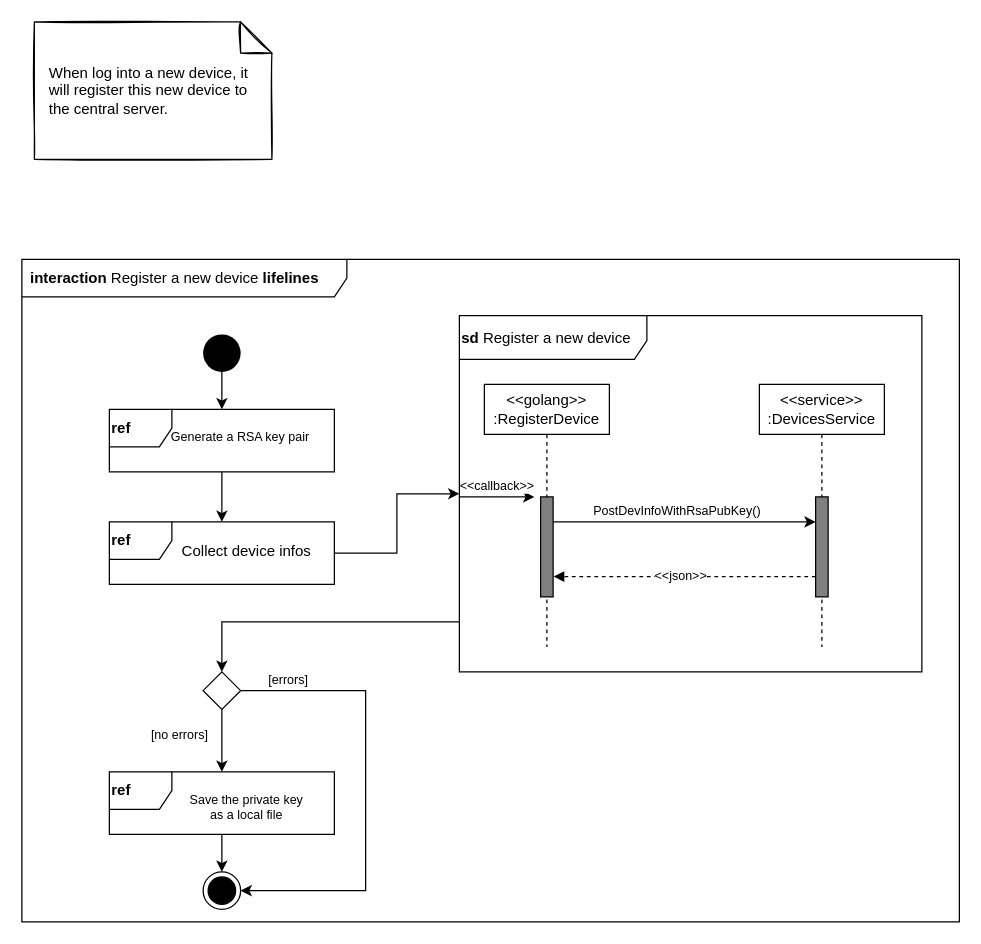
The draw.io diagram page "New Device" (1 of 3) of docs/diagrams/authentication/sequences.drawio in data-ratel/ratel-realm-drive, before the edit. Source tidied: cells renumbered, new cells numbered last; positions are measured from the earlier drawing's top-left corner, leaving out a move shared by most shapes. Both pictures are drawn from the tidied source at 125%, with x=0, y=0 at pixel (21, 21).
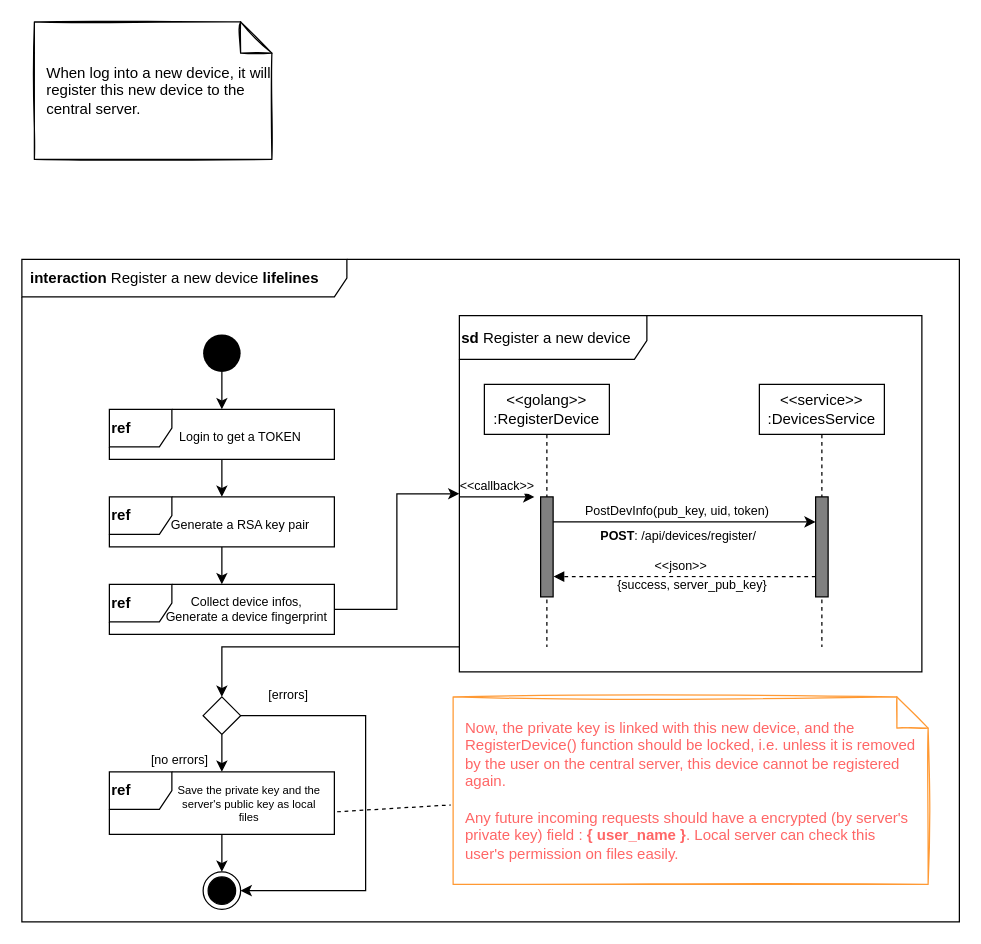
The same diagram, later.

Commit message:
update: auth sequences diagram

Unchanged cells that the change refers to:
```xml
<mxCell id="4" value="&lt;b&gt;sd&lt;/b&gt;&amp;nbsp;Register a new device" style="shape=umlFrame;tabPosition=left;html=1;boundedLbl=1;labelInHeader=1;width=150;height=35;shadow=0;sketch=0;align=left;" parent="1" vertex="1">
  <mxGeometry x="350" y="235" width="370" height="285" as="geometry" />
</mxCell>
<mxCell id="9" style="ellipse;fillColor=#000000;strokeColor=none;shadow=0;sketch=0;align=left;" parent="1" vertex="1">
  <mxGeometry x="145" y="250" width="30" height="30" as="geometry" />
</mxCell>
<mxCell id="13" style="ellipse;html=1;shape=endState;fillColor=#000000;strokeColor=#000000;shadow=0;sketch=0;align=left;" parent="1" vertex="1">
  <mxGeometry x="145" y="680" width="30" height="30" as="geometry" />
</mxCell>
<mxCell id="21" style="edgeStyle=orthogonalEdgeStyle;rounded=0;sketch=0;jettySize=auto;html=1;endArrow=classic;endFill=1;strokeColor=#000000;fontSize=10;entryX=0;entryY=0.25;entryDx=0;entryDy=0;entryPerimeter=0;" parent="1" edge="1" source="7" target="18">
  <mxGeometry relative="1" as="geometry">
    <Array as="points">
      <mxPoint x="480" y="400" />
      <mxPoint x="480" y="400" />
    </Array>
  </mxGeometry>
</mxCell>
<mxCell id="23" style="html=1;verticalAlign=bottom;labelBackgroundColor=none;endArrow=block;endFill=1;dashed=1;strokeColor=#000000;fontSize=10;entryX=1.033;entryY=0.797;entryDx=0;entryDy=0;entryPerimeter=0;" parent="1" edge="1" source="18" target="7">
  <mxGeometry relative="1" as="geometry" />
</mxCell>
<mxCell id="26" value="&lt;b&gt;ref&lt;/b&gt;" style="shape=umlFrame;tabPosition=left;html=1;boundedLbl=1;labelInHeader=1;width=50;height=30;shadow=0;sketch=0;align=left;" parent="1" vertex="1">
  <mxGeometry x="70" y="600" width="180" height="50" as="geometry" />
</mxCell>
```

The edit, as a diff of the source:
```diff
@@
     <mxCell id="3" style="edgeStyle=orthogonalEdgeStyle;rounded=0;sketch=0;jettySize=auto;html=1;endArrow=classic;endFill=1;strokeColor=#000000;fontSize=10;entryX=0.5;entryY=0;entryDx=0;entryDy=0;" parent="1" edge="1" source="4" target="32">
       <mxGeometry relative="1" as="geometry">
         <Array as="points">
-          <mxPoint x="160" y="480" />
+          <mxPoint x="160" y="500" />
         </Array>
       </mxGeometry>
     </mxCell>
@@
-    <mxCell id="5" value="When log into a new device, it will register this new device to the central server." style="shape=note2;boundedLbl=1;whiteSpace=wrap;html=1;size=25;verticalAlign=middle;align=left;shadow=0;sketch=1;spacingLeft=10;spacing=2;spacingTop=0;" parent="1" vertex="1">
+    <mxCell id="5" value="When log into a new device, it will register this new device to the central server." style="shape=note2;boundedLbl=1;whiteSpace=wrap;html=1;size=25;verticalAlign=middle;align=left;shadow=0;sketch=1;spacingLeft=10;spacing=0;spacingTop=0;" parent="1" vertex="1">
       <mxGeometry x="10" width="190" height="110" as="geometry" />
     </mxCell>
@@
-    <mxCell id="8" style="edgeStyle=orthogonalEdgeStyle;rounded=0;sketch=0;jettySize=auto;html=1;endArrow=classic;endFill=1;strokeColor=#000000;" parent="1" edge="1" source="9" target="15">
+    <mxCell id="8" style="edgeStyle=orthogonalEdgeStyle;rounded=0;sketch=0;jettySize=auto;html=1;endArrow=classic;endFill=1;strokeColor=#000000;" parent="1" edge="1" source="9" target="38">
       <mxGeometry relative="1" as="geometry" />
     </mxCell>
@@
     <mxCell id="11" value="&lt;b&gt;ref&lt;/b&gt;" style="shape=umlFrame;tabPosition=left;html=1;boundedLbl=1;labelInHeader=1;width=50;height=30;shadow=0;sketch=0;align=left;" parent="1" vertex="1">
-      <mxGeometry x="70" y="400" width="180" height="50" as="geometry" />
+      <mxGeometry x="70" y="450" width="180" height="40" as="geometry" />
     </mxCell>
-    <mxCell id="12" value="Collect device infos" style="text;align=center;" parent="11" vertex="1">
-      <mxGeometry width="100" height="30" relative="1" as="geometry">
-        <mxPoint x="60" y="10" as="offset" />
+    <mxCell id="12" value="Collect device infos,&#10;Generate a device fingerprint" style="text;align=center;fontSize=10;" parent="11" vertex="1">
+      <mxGeometry width="120" height="30" relative="1" as="geometry">
+        <mxPoint x="50" y="2" as="offset" />
       </mxGeometry>
     </mxCell>
@@
     <mxCell id="15" value="&lt;b&gt;ref&lt;/b&gt;" style="shape=umlFrame;tabPosition=left;html=1;boundedLbl=1;labelInHeader=1;width=50;height=30;shadow=0;sketch=0;align=left;" parent="1" vertex="1">
-      <mxGeometry x="70" y="310" width="180" height="50" as="geometry" />
+      <mxGeometry x="70" y="380" width="180" height="40" as="geometry" />
     </mxCell>
@@
-    <mxCell id="22" value="PostDevInfoWithRsaPubKey()" style="edgeLabel;html=1;align=center;verticalAlign=middle;fontSize=10;" parent="21" vertex="1">
+    <mxCell id="22" value="PostDevInfo(pub_key, uid, token)" style="edgeLabel;html=1;align=center;verticalAlign=middle;fontSize=10;" parent="21" vertex="1">
       <mxGeometry x="-0.09" relative="1" as="geometry">
         <mxPoint x="2.7" y="-10" as="offset" />
       </mxGeometry>
     </mxCell>
+    <mxCell id="33" value="&lt;b&gt;POST&lt;/b&gt;: /api/devices/register/" style="edgeLabel;html=1;align=center;verticalAlign=middle;fontSize=10;" parent="21" vertex="1">
+      <mxGeometry x="0.84" y="1" relative="1" as="geometry">
+        <mxPoint x="-93.3" y="11" as="offset" />
+      </mxGeometry>
+    </mxCell>
@@
     <mxCell id="24" value="&amp;lt;&amp;lt;json&amp;gt;&amp;gt;" style="edgeLabel;html=1;align=center;verticalAlign=middle;fontSize=10;" parent="23" vertex="1">
-      <mxGeometry x="0.04" y="-1" relative="1" as="geometry" />
+      <mxGeometry x="0.04" y="-1" relative="1" as="geometry">
+        <mxPoint y="-7.8" as="offset" />
+      </mxGeometry>
     </mxCell>
+    <mxCell id="34" value="{success, server_pub_key}" style="edgeLabel;html=1;align=center;verticalAlign=middle;fontSize=10;" parent="23" vertex="1">
+      <mxGeometry x="-0.51" relative="1" as="geometry">
+        <mxPoint x="-48.6" y="6.2" as="offset" />
+      </mxGeometry>
+    </mxCell>
@@
-    <mxCell id="27" value="Save the private key as a local file" style="text;align=center;fontSize=10;rounded=0;glass=0;whiteSpace=wrap;" parent="26" vertex="1">
-      <mxGeometry width="100" height="30" relative="1" as="geometry">
-        <mxPoint x="60" y="10" as="offset" />
+    <mxCell id="27" value="Save the private key and the server's public key as local files" style="text;align=center;fontSize=9;rounded=0;glass=0;whiteSpace=wrap;" parent="26" vertex="1">
+      <mxGeometry width="120" height="40" relative="1" as="geometry">
+        <mxPoint x="52" y="3" as="offset" />
       </mxGeometry>
     </mxCell>
@@
     <mxCell id="30" style="edgeStyle=orthogonalEdgeStyle;rounded=0;jettySize=auto;html=1;exitX=1;exitY=0.5;exitDx=0;exitDy=0;entryX=1;entryY=0.5;entryDx=0;entryDy=0;fontSize=10;" parent="1" edge="1" source="32" target="13">
       <mxGeometry relative="1" as="geometry">
         <Array as="points">
-          <mxPoint x="275" y="535" />
+          <mxPoint x="275" y="555" />
           <mxPoint x="275" y="695" />
         </Array>
       </mxGeometry>
     </mxCell>
@@
     <mxCell id="32" style="rhombus;rounded=0;glass=0;fontSize=10;" parent="1" vertex="1">
-      <mxGeometry x="145" y="520" width="30" height="30" as="geometry" />
+      <mxGeometry x="145" y="540" width="30" height="30" as="geometry" />
     </mxCell>
+    <mxCell id="35" style="rounded=0;jettySize=auto;html=1;entryX=1.012;entryY=0.638;entryDx=0;entryDy=0;entryPerimeter=0;fontSize=10;dashed=1;endArrow=none;endFill=0;" parent="1" edge="1" source="36" target="26">
+      <mxGeometry relative="1" as="geometry" />
+    </mxCell>
+    <mxCell id="36" value="&lt;font color=&quot;#ff6666&quot;&gt;Now, the private key is linked with this new device, and the RegisterDevice() function should be locked, i.e. unless it is removed by the user on the central server, this device cannot be registered again. &lt;br&gt;&lt;br&gt;Any future incoming requests should have a encrypted (by server's private key) field :&amp;nbsp;&lt;b&gt;{ user_name }&lt;/b&gt;. Local server can check this user's permission on files easily.&lt;/font&gt;" style="shape=note2;boundedLbl=1;whiteSpace=wrap;html=1;size=25;verticalAlign=middle;align=left;shadow=0;sketch=1;spacingLeft=10;spacing=0;spacingTop=0;strokeColor=#FF9933;spacingRight=10;" parent="1" vertex="1">
+      <mxGeometry x="345" y="540" width="380" height="150" as="geometry" />
+    </mxCell>
+    <mxCell id="37" style="rounded=0;jettySize=auto;html=1;endArrow=classic;endFill=1;fontSize=10;" parent="1" edge="1" source="38" target="15">
+      <mxGeometry relative="1" as="geometry" />
+    </mxCell>
+    <mxCell id="38" value="&lt;b&gt;ref&lt;/b&gt;" style="shape=umlFrame;tabPosition=left;html=1;boundedLbl=1;labelInHeader=1;width=50;height=30;shadow=0;sketch=0;align=left;" parent="1" vertex="1">
+      <mxGeometry x="70" y="310" width="180" height="40" as="geometry" />
+    </mxCell>
+    <mxCell id="39" value="Login to get a TOKEN" style="text;align=center;fontSize=10;" parent="38" vertex="1">
+      <mxGeometry width="110" height="30" relative="1" as="geometry">
+        <mxPoint x="50" y="10" as="offset" />
+      </mxGeometry>
+    </mxCell>
```
